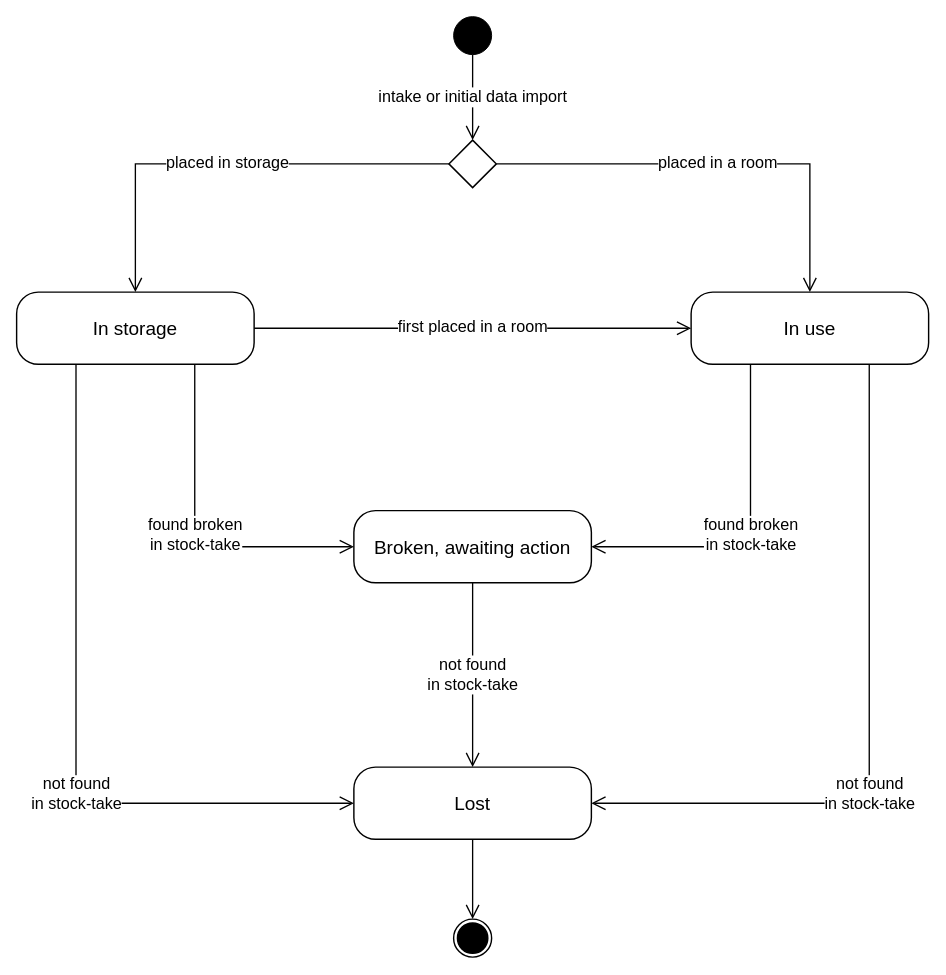
Before: docs/ENG/diagram/Report 3/03 Lifecycles/Equipment lifecycle.drawio in LuuDong2004/SEP490_G123_SFEMS, a draw.io diagram. Source tidied: cells renumbered, new cells numbered last; positions are measured from the earlier drawing's top-left corner, leaving out a move shared by most shapes. Both pictures are drawn from the tidied source at 95%, with x=0, y=0 at pixel (16, 16).
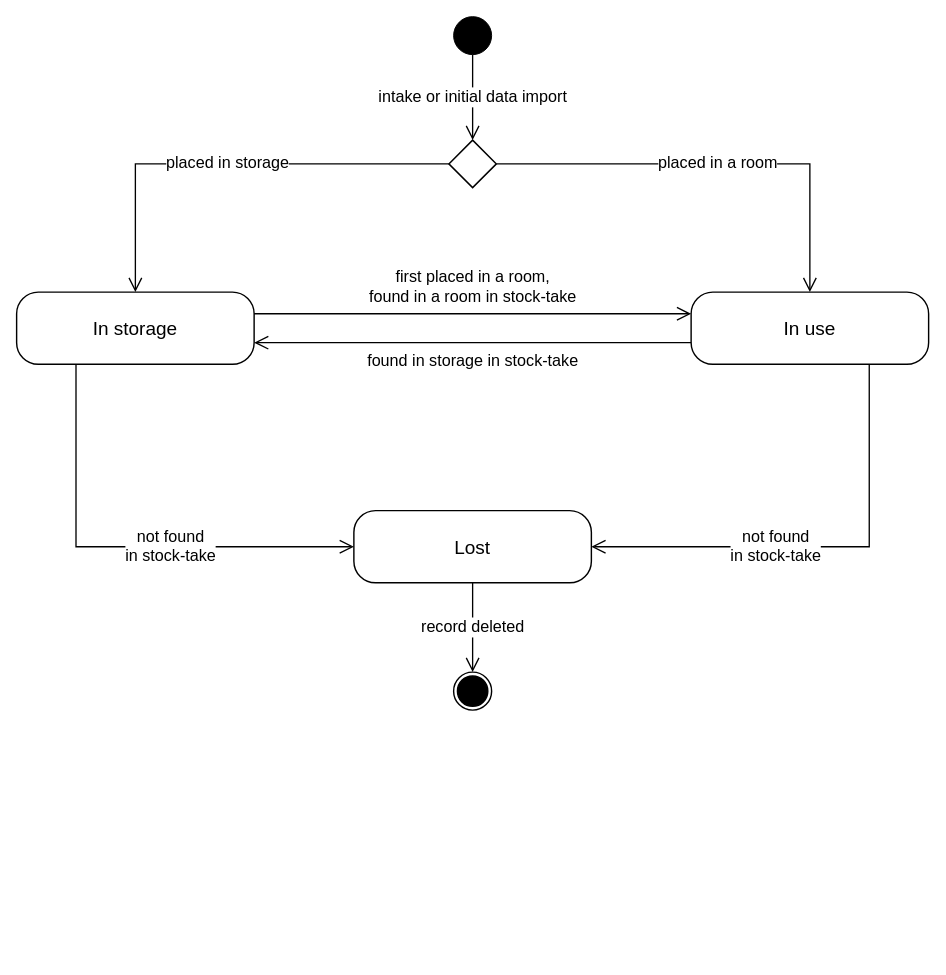
The same diagram, later.

Unchanged cells that the change refers to:
```xml
<mxCell id="4" value="In storage" style="rounded=1;arcSize=30;whiteSpace=wrap;html=1;fillColor=#FFFFFF;strokeColor=#000000;strokeWidth=1.5;fontSize=20;fontFamily=Arial;" parent="1" vertex="1">
  <mxGeometry y="290" width="250" height="76" as="geometry" />
</mxCell>
<mxCell id="5" value="In use" style="rounded=1;arcSize=30;whiteSpace=wrap;html=1;fillColor=#FFFFFF;strokeColor=#000000;strokeWidth=1.5;fontSize=20;fontFamily=Arial;" parent="1" vertex="1">
  <mxGeometry x="710" y="290" width="250" height="76" as="geometry" />
</mxCell>
```

What changed in the source:
```diff
@@
-    <mxCell id="6" value="Broken, awaiting action" style="rounded=1;arcSize=30;whiteSpace=wrap;html=1;fillColor=#FFFFFF;strokeColor=#000000;strokeWidth=1.5;fontSize=20;fontFamily=Arial;" parent="1" vertex="1">
-      <mxGeometry x="355" y="520" width="250" height="76" as="geometry" />
-    </mxCell>
     <mxCell id="7" value="Lost" style="rounded=1;arcSize=30;whiteSpace=wrap;html=1;fillColor=#FFFFFF;strokeColor=#000000;strokeWidth=1.5;fontSize=20;fontFamily=Arial;" parent="1" vertex="1">
-      <mxGeometry x="355" y="790" width="250" height="76" as="geometry" />
+      <mxGeometry x="355" y="520" width="250" height="76" as="geometry" />
     </mxCell>
     <mxCell id="8" style="ellipse;html=1;shape=endState;fillColor=#000000;strokeColor=#000000;strokeWidth=1.5;" parent="1" vertex="1">
-      <mxGeometry x="460" y="950" width="40" height="40" as="geometry" />
+      <mxGeometry x="460" y="690" width="40" height="40" as="geometry" />
     </mxCell>
@@
-    <mxCell id="12" value="first placed in a room" style="rounded=0;html=1;endArrow=open;endSize=12;strokeWidth=1.4;strokeColor=#000000;fontSize=17;fontFamily=Arial;labelBackgroundColor=#FFFFFF;exitX=1;exitY=0.5;exitDx=0;exitDy=0;entryX=0;entryY=0.5;entryDx=0;entryDy=0;" parent="1" edge="1" source="4" target="5">
-      <mxGeometry relative="1" as="geometry" />
+    <mxCell id="12" value="first placed in a room,&lt;br&gt;found in a room in stock-take" style="rounded=0;html=1;endArrow=open;endSize=12;strokeWidth=1.4;strokeColor=#000000;fontSize=17;fontFamily=Arial;labelBackgroundColor=#FFFFFF;exitX=1;exitY=0.3;exitDx=0;exitDy=0;entryX=0;entryY=0.3;entryDx=0;entryDy=0;" parent="1" edge="1" source="4" target="5">
+      <mxGeometry relative="1" as="geometry">
+        <mxPoint y="-28" as="offset" />
+      </mxGeometry>
     </mxCell>
-    <mxCell id="13" value="found broken&lt;br&gt;in stock-take" style="rounded=0;html=1;endArrow=open;endSize=12;strokeWidth=1.4;strokeColor=#000000;fontSize=17;fontFamily=Arial;labelBackgroundColor=#FFFFFF;edgeStyle=orthogonalEdgeStyle;exitX=0.75;exitY=1;exitDx=0;exitDy=0;entryX=0;entryY=0.5;entryDx=0;entryDy=0;" parent="1" edge="1" source="4" target="6">
-      <mxGeometry relative="1" as="geometry">
-        <Array as="points">
-          <mxPoint x="187" y="558" />
-        </Array>
-      </mxGeometry>
-    </mxCell>
-    <mxCell id="14" value="found broken&lt;br&gt;in stock-take" style="rounded=0;html=1;endArrow=open;endSize=12;strokeWidth=1.4;strokeColor=#000000;fontSize=17;fontFamily=Arial;labelBackgroundColor=#FFFFFF;edgeStyle=orthogonalEdgeStyle;exitX=0.25;exitY=1;exitDx=0;exitDy=0;entryX=1;entryY=0.5;entryDx=0;entryDy=0;" parent="1" edge="1" source="5" target="6">
-      <mxGeometry relative="1" as="geometry">
-        <Array as="points">
-          <mxPoint x="772" y="558" />
-        </Array>
-      </mxGeometry>
-    </mxCell>
     <mxCell id="15" value="not found&lt;br&gt;in stock-take" style="rounded=0;html=1;endArrow=open;endSize=12;strokeWidth=1.4;strokeColor=#000000;fontSize=17;fontFamily=Arial;labelBackgroundColor=#FFFFFF;edgeStyle=orthogonalEdgeStyle;exitX=0.25;exitY=1;exitDx=0;exitDy=0;entryX=0;entryY=0.5;entryDx=0;entryDy=0;" parent="1" edge="1" source="4" target="7">
       <mxGeometry x="0.2" relative="1" as="geometry">
         <Array as="points">
-          <mxPoint x="62" y="828" />
+          <mxPoint x="62" y="558" />
         </Array>
       </mxGeometry>
     </mxCell>
     <mxCell id="16" value="not found&lt;br&gt;in stock-take" style="rounded=0;html=1;endArrow=open;endSize=12;strokeWidth=1.4;strokeColor=#000000;fontSize=17;fontFamily=Arial;labelBackgroundColor=#FFFFFF;edgeStyle=orthogonalEdgeStyle;exitX=0.75;exitY=1;exitDx=0;exitDy=0;entryX=1;entryY=0.5;entryDx=0;entryDy=0;" parent="1" edge="1" source="5" target="7">
       <mxGeometry x="0.2" relative="1" as="geometry">
         <Array as="points">
-          <mxPoint x="897" y="828" />
+          <mxPoint x="897" y="558" />
         </Array>
       </mxGeometry>
     </mxCell>
-    <mxCell id="17" value="not found&lt;br&gt;in stock-take" style="rounded=0;html=1;endArrow=open;endSize=12;strokeWidth=1.4;strokeColor=#000000;fontSize=17;fontFamily=Arial;labelBackgroundColor=#FFFFFF;exitX=0.5;exitY=1;exitDx=0;exitDy=0;entryX=0.5;entryY=0;entryDx=0;entryDy=0;" parent="1" edge="1" source="6" target="7">
-      <mxGeometry relative="1" as="geometry" />
-    </mxCell>
-    <mxCell id="18" style="rounded=0;html=1;endArrow=open;endSize=12;strokeWidth=1.4;strokeColor=#000000;fontSize=17;fontFamily=Arial;labelBackgroundColor=#FFFFFF;exitX=0.5;exitY=1;exitDx=0;exitDy=0;entryX=0.5;entryY=0;entryDx=0;entryDy=0;" parent="1" edge="1" source="7" target="8">
+    <mxCell id="18" value="record deleted" style="rounded=0;html=1;endArrow=open;endSize=12;strokeWidth=1.4;strokeColor=#000000;fontSize=17;fontFamily=Arial;labelBackgroundColor=#FFFFFF;exitX=0.5;exitY=1;exitDx=0;exitDy=0;entryX=0.5;entryY=0;entryDx=0;entryDy=0;" parent="1" edge="1" source="7" target="8">
       <mxGeometry relative="1" as="geometry" />
     </mxCell>
+    <mxCell id="19" value="found in storage in stock-take" style="rounded=0;html=1;endArrow=open;endSize=12;strokeWidth=1.4;strokeColor=#000000;fontSize=17;fontFamily=Arial;labelBackgroundColor=#FFFFFF;exitX=0;exitY=0.7;exitDx=0;exitDy=0;entryX=1;entryY=0.7;entryDx=0;entryDy=0;" parent="1" edge="1" source="5" target="4">
+      <mxGeometry relative="1" as="geometry">
+        <mxPoint y="20" as="offset" />
+      </mxGeometry>
+    </mxCell>
```
